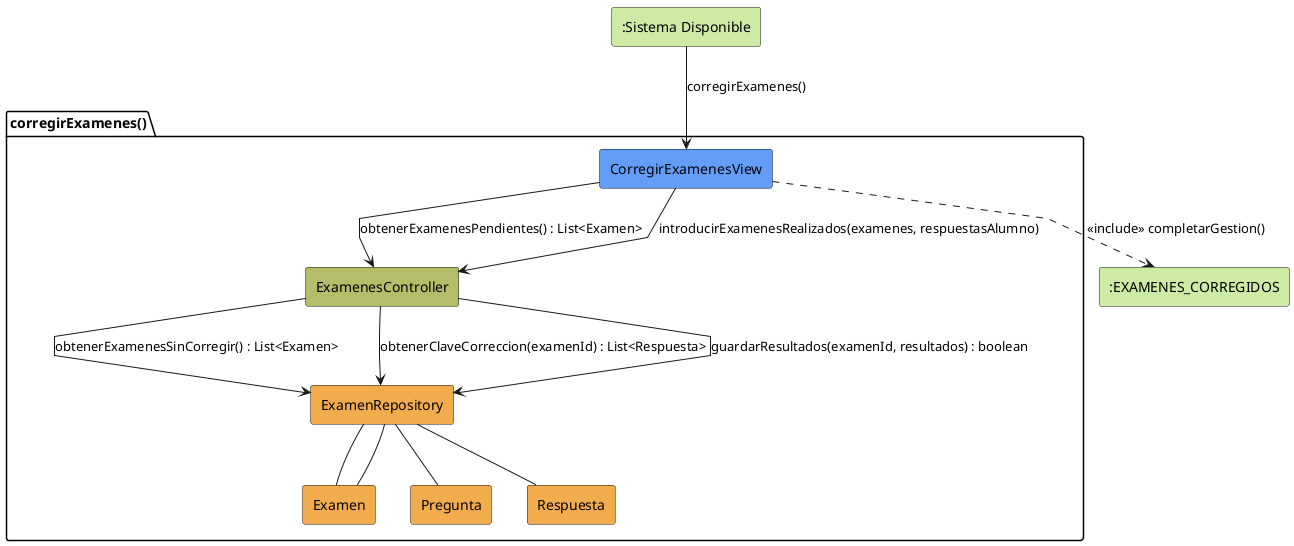
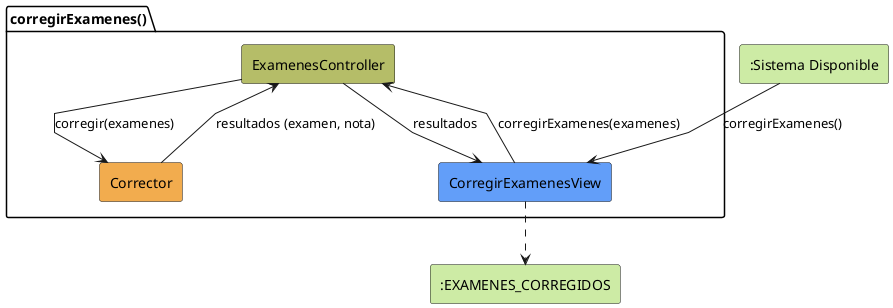
@startuml corregirExamenes-analisis
skinparam linetype polyline

rectangle #CDEBA5 ":Sistema Disponible" as SistemaDisponible
rectangle #CDEBA5 ":EXAMENES_CORREGIDOS" as ExamCorregidos

package corregirExamenes as "corregirExamenes()" {
    rectangle #629EF9 CorregirExamenesView
    rectangle #b5bd68 ExamenesController
-     rectangle #F2AC4E ExamenRepository
-     rectangle #F2AC4E Examen
-     rectangle #F2AC4E Pregunta
-     rectangle #F2AC4E Respuesta
+     rectangle #F2AC4E Corrector
}

SistemaDisponible --> CorregirExamenesView: corregirExamenes()
+ CorregirExamenesView -d-> ExamenesController: corregirExamenes(examenes)
+ ExamenesController -> Corrector: corregir(examenes)

- CorregirExamenesView -d-> ExamenesController: obtenerExamenesPendientes() : List<Examen>
- ExamenesController --> ExamenRepository: obtenerExamenesSinCorregir() : List<Examen>
- ExamenRepository -- Examen
- 
- CorregirExamenesView --> ExamenesController: introducirExamenesRealizados(examenes, respuestasAlumno)
- ExamenesController --> ExamenRepository: obtenerClaveCorreccion(examenId) : List<Respuesta>
- ExamenRepository -- Pregunta
- ExamenRepository -- Respuesta
- 
- ExamenesController --> ExamenRepository: guardarResultados(examenId, resultados) : boolean
- ExamenRepository -- Examen
- 
- CorregirExamenesView ..> ExamCorregidos: <<include>> completarGestion()
+ Corrector --> ExamenesController: resultados (examen, nota)
+ ExamenesController --> CorregirExamenesView: resultados
+ CorregirExamenesView ..> ExamCorregidos

@enduml